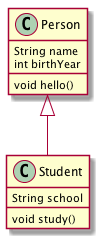
The PlantUML diagram assets/images/uml/oop/practice2_002.png in lyhcode/oosad, before a commit.
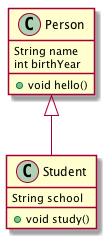
The same file after the commit.

The edit, as a diff of the source:
```diff
@@ -2,12 +2,12 @@
 Class Person {
     String name
     int birthYear
-    void hello()
+    + void hello()
 }
 
 Class Student {
     String school
-    void study()
+    +void study()
 }
 
 Person <|-- Student
```
